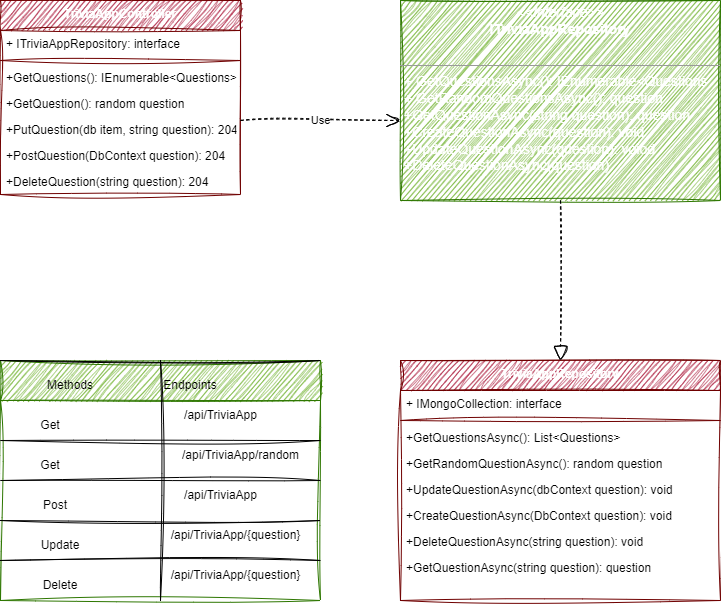
Above: trivia-app.drawio.png in tsxepo-web/TriviaApp (draw.io), before the change. Source tidied: cells renumbered, new cells last; positions are measured from the earlier drawing's top-left corner, leaving out a move shared by most shapes.
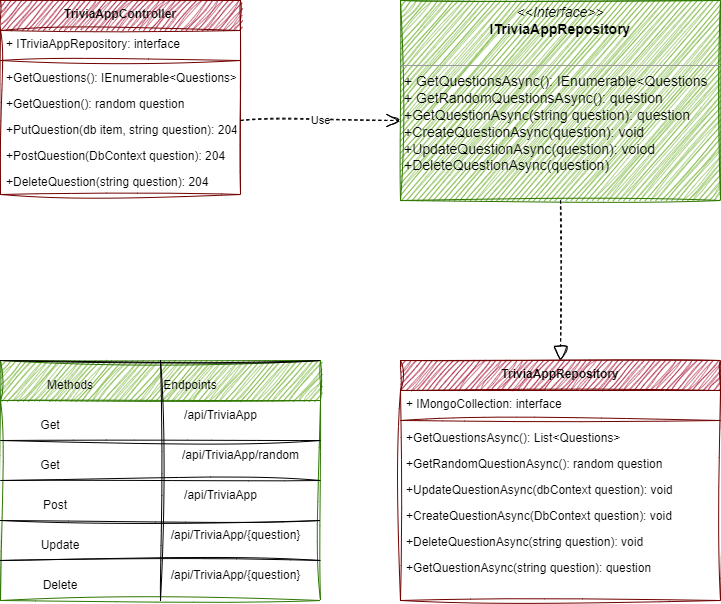
After the commit.

The edit, as a diff of the source:
```diff
@@ -2,7 +2,7 @@
   <root>
     <mxCell id="0" />
     <mxCell id="1" parent="0" />
-    <mxCell id="2" value="TriviaAppController" style="swimlane;fontStyle=1;align=center;verticalAlign=top;horizontal=1;startSize=30;fillColor=#a20025;fontColor=#ffffff;strokeColor=#6F0000;sketch=1;curveFitting=1;jiggle=2;" parent="1" vertex="1">
+    <mxCell id="2" value="TriviaAppController" style="swimlane;fontStyle=1;align=center;verticalAlign=top;horizontal=1;startSize=30;fillColor=#a20025;fontColor=#000000;strokeColor=#6F0000;sketch=1;curveFitting=1;jiggle=2;" parent="1" vertex="1">
       <mxGeometry width="240" height="194" as="geometry" />
     </mxCell>
     <mxCell id="3" value="+ ITriviaAppRepository: interface" style="text;strokeColor=none;fillColor=none;align=left;verticalAlign=top;spacingLeft=4;spacingRight=4;overflow=hidden;sketch=1;curveFitting=1;jiggle=2;" parent="2" vertex="1">
@@ -26,10 +26,10 @@
     <mxCell id="9" value="+DeleteQuestion(string question): 204" style="text;strokeColor=none;fillColor=none;align=left;verticalAlign=top;spacingLeft=4;spacingRight=4;overflow=hidden;sketch=1;curveFitting=1;jiggle=2;" parent="2" vertex="1">
       <mxGeometry y="168" width="240" height="26" as="geometry" />
     </mxCell>
-    <mxCell id="10" value="&lt;p style=&quot;margin: 4px 0px 0px; text-align: center; font-size: 14px;&quot;&gt;&lt;font style=&quot;font-size: 14px;&quot;&gt;&lt;i style=&quot;&quot;&gt;&amp;lt;&amp;lt;Interface&amp;gt;&amp;gt;&lt;/i&gt;&lt;br&gt;&lt;b style=&quot;&quot;&gt;ITriviaAppRepository&lt;/b&gt;&lt;/font&gt;&lt;/p&gt;&lt;p style=&quot;margin: 4px 0px 0px; text-align: center; font-size: 14px;&quot;&gt;&lt;font style=&quot;font-size: 14px;&quot;&gt;&lt;br&gt;&lt;/font&gt;&lt;/p&gt;&lt;hr style=&quot;font-size: 14px;&quot; size=&quot;1&quot;&gt;&lt;p style=&quot;margin: 0px 0px 0px 4px; font-size: 14px;&quot;&gt;&lt;font style=&quot;font-size: 14px;&quot;&gt;+ GetQuestionsAsync(): IEnumerable&amp;lt;Questions&lt;br&gt;+ GetRandomQuestionsAsync(): question&lt;/font&gt;&lt;/p&gt;&lt;p style=&quot;margin: 0px 0px 0px 4px; font-size: 14px;&quot;&gt;&lt;font style=&quot;font-size: 14px;&quot;&gt;+GetQuestionAsync(string question): question&lt;/font&gt;&lt;/p&gt;&lt;p style=&quot;margin: 0px 0px 0px 4px; font-size: 14px;&quot;&gt;&lt;font style=&quot;font-size: 14px;&quot;&gt;+CreateQuestionAsync(question): void&lt;/font&gt;&lt;/p&gt;&lt;p style=&quot;margin: 0px 0px 0px 4px; font-size: 14px;&quot;&gt;&lt;font style=&quot;font-size: 14px;&quot;&gt;+UpdateQuestionAsync(question): voiod&lt;/font&gt;&lt;/p&gt;&lt;p style=&quot;margin: 0px 0px 0px 4px; font-size: 14px;&quot;&gt;&lt;font style=&quot;font-size: 14px;&quot;&gt;+DeleteQuestionAsync(question)&lt;/font&gt;&lt;/p&gt;&lt;p style=&quot;margin: 0px 0px 0px 4px; font-size: 14px;&quot;&gt;&lt;br&gt;&lt;/p&gt;" style="verticalAlign=top;align=left;overflow=fill;fontSize=12;fontFamily=Helvetica;html=1;fillColor=#60a917;fontColor=#ffffff;strokeColor=#2D7600;sketch=1;curveFitting=1;jiggle=2;" parent="1" vertex="1">
+    <mxCell id="10" value="&lt;p style=&quot;margin: 4px 0px 0px; text-align: center; font-size: 14px;&quot;&gt;&lt;font color=&quot;#000000&quot; style=&quot;font-size: 14px;&quot;&gt;&lt;i style=&quot;&quot;&gt;&amp;lt;&amp;lt;Interface&amp;gt;&amp;gt;&lt;/i&gt;&lt;br&gt;&lt;b style=&quot;&quot;&gt;ITriviaAppRepository&lt;/b&gt;&lt;/font&gt;&lt;/p&gt;&lt;p style=&quot;margin: 4px 0px 0px; text-align: center; font-size: 14px;&quot;&gt;&lt;font color=&quot;#000000&quot; style=&quot;font-size: 14px;&quot;&gt;&lt;br&gt;&lt;/font&gt;&lt;/p&gt;&lt;hr style=&quot;font-size: 14px;&quot; size=&quot;1&quot;&gt;&lt;p style=&quot;margin: 0px 0px 0px 4px; font-size: 14px;&quot;&gt;&lt;font color=&quot;#000000&quot; style=&quot;font-size: 14px;&quot;&gt;+ GetQuestionsAsync(): IEnumerable&amp;lt;Questions&lt;br&gt;+ GetRandomQuestionsAsync(): question&lt;/font&gt;&lt;/p&gt;&lt;p style=&quot;margin: 0px 0px 0px 4px; font-size: 14px;&quot;&gt;&lt;font color=&quot;#000000&quot; style=&quot;font-size: 14px;&quot;&gt;+GetQuestionAsync(string question): question&lt;/font&gt;&lt;/p&gt;&lt;p style=&quot;margin: 0px 0px 0px 4px; font-size: 14px;&quot;&gt;&lt;font color=&quot;#000000&quot; style=&quot;font-size: 14px;&quot;&gt;+CreateQuestionAsync(question): void&lt;/font&gt;&lt;/p&gt;&lt;p style=&quot;margin: 0px 0px 0px 4px; font-size: 14px;&quot;&gt;&lt;font color=&quot;#000000&quot; style=&quot;font-size: 14px;&quot;&gt;+UpdateQuestionAsync(question): voiod&lt;/font&gt;&lt;/p&gt;&lt;p style=&quot;margin: 0px 0px 0px 4px; font-size: 14px;&quot;&gt;&lt;font color=&quot;#000000&quot; style=&quot;font-size: 14px;&quot;&gt;+DeleteQuestionAsync(question)&lt;/font&gt;&lt;/p&gt;&lt;p style=&quot;margin: 0px 0px 0px 4px; font-size: 14px;&quot;&gt;&lt;br&gt;&lt;/p&gt;" style="verticalAlign=top;align=left;overflow=fill;fontSize=12;fontFamily=Helvetica;html=1;fillColor=#60a917;fontColor=#ffffff;strokeColor=#2D7600;sketch=1;curveFitting=1;jiggle=2;" parent="1" vertex="1">
       <mxGeometry x="400" width="320" height="200" as="geometry" />
     </mxCell>
-    <mxCell id="11" value="TriviaAppRepository" style="swimlane;fontStyle=1;align=center;verticalAlign=top;horizontal=1;startSize=30;fillColor=#a20025;fontColor=#ffffff;strokeColor=#6F0000;sketch=1;curveFitting=1;jiggle=2;" parent="1" vertex="1">
+    <mxCell id="11" value="TriviaAppRepository" style="swimlane;fontStyle=1;align=center;verticalAlign=top;horizontal=1;startSize=30;fillColor=#a20025;fontColor=#000000;strokeColor=#6F0000;sketch=1;curveFitting=1;jiggle=2;" parent="1" vertex="1">
       <mxGeometry x="400" y="360" width="320" height="240" as="geometry" />
     </mxCell>
     <mxCell id="12" value="+ IMongoCollection: interface" style="text;strokeColor=none;fillColor=none;align=left;verticalAlign=top;spacingLeft=4;spacingRight=4;overflow=hidden;sketch=1;curveFitting=1;jiggle=2;" parent="11" vertex="1">
```
